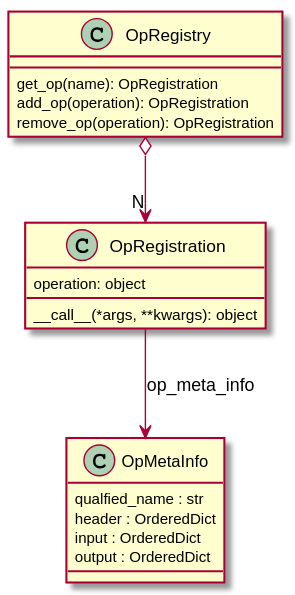
Above: doc/source/_static/uml/op.svg in CCI-Tools/cate (PlantUML), before the change. Its source is kept beside it as doc/source/uml/op.puml.
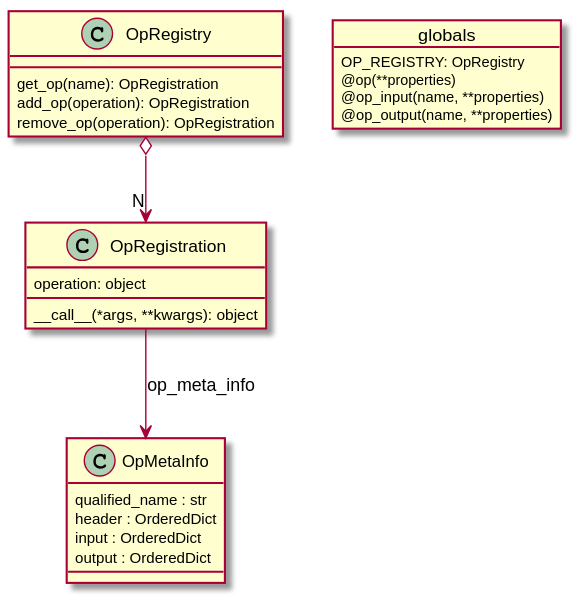
Above is the later version.

Diff of the diagram source:
```diff
@@ -14,7 +14,7 @@
 
 
 class OpMetaInfo {
-    qualfied_name : str
+    qualified_name : str
     header : OrderedDict
     input : OrderedDict
     output : OrderedDict
@@ -23,4 +23,11 @@
 OpRegistry o--> "N" OpRegistration
 OpRegistration --> OpMetaInfo: op_meta_info
 
+object globals {
+    OP_REGISTRY: OpRegistry
+    @op(**properties)
+    @op_input(name, **properties)
+    @op_output(name, **properties)
+}
+
 @enduml
```
